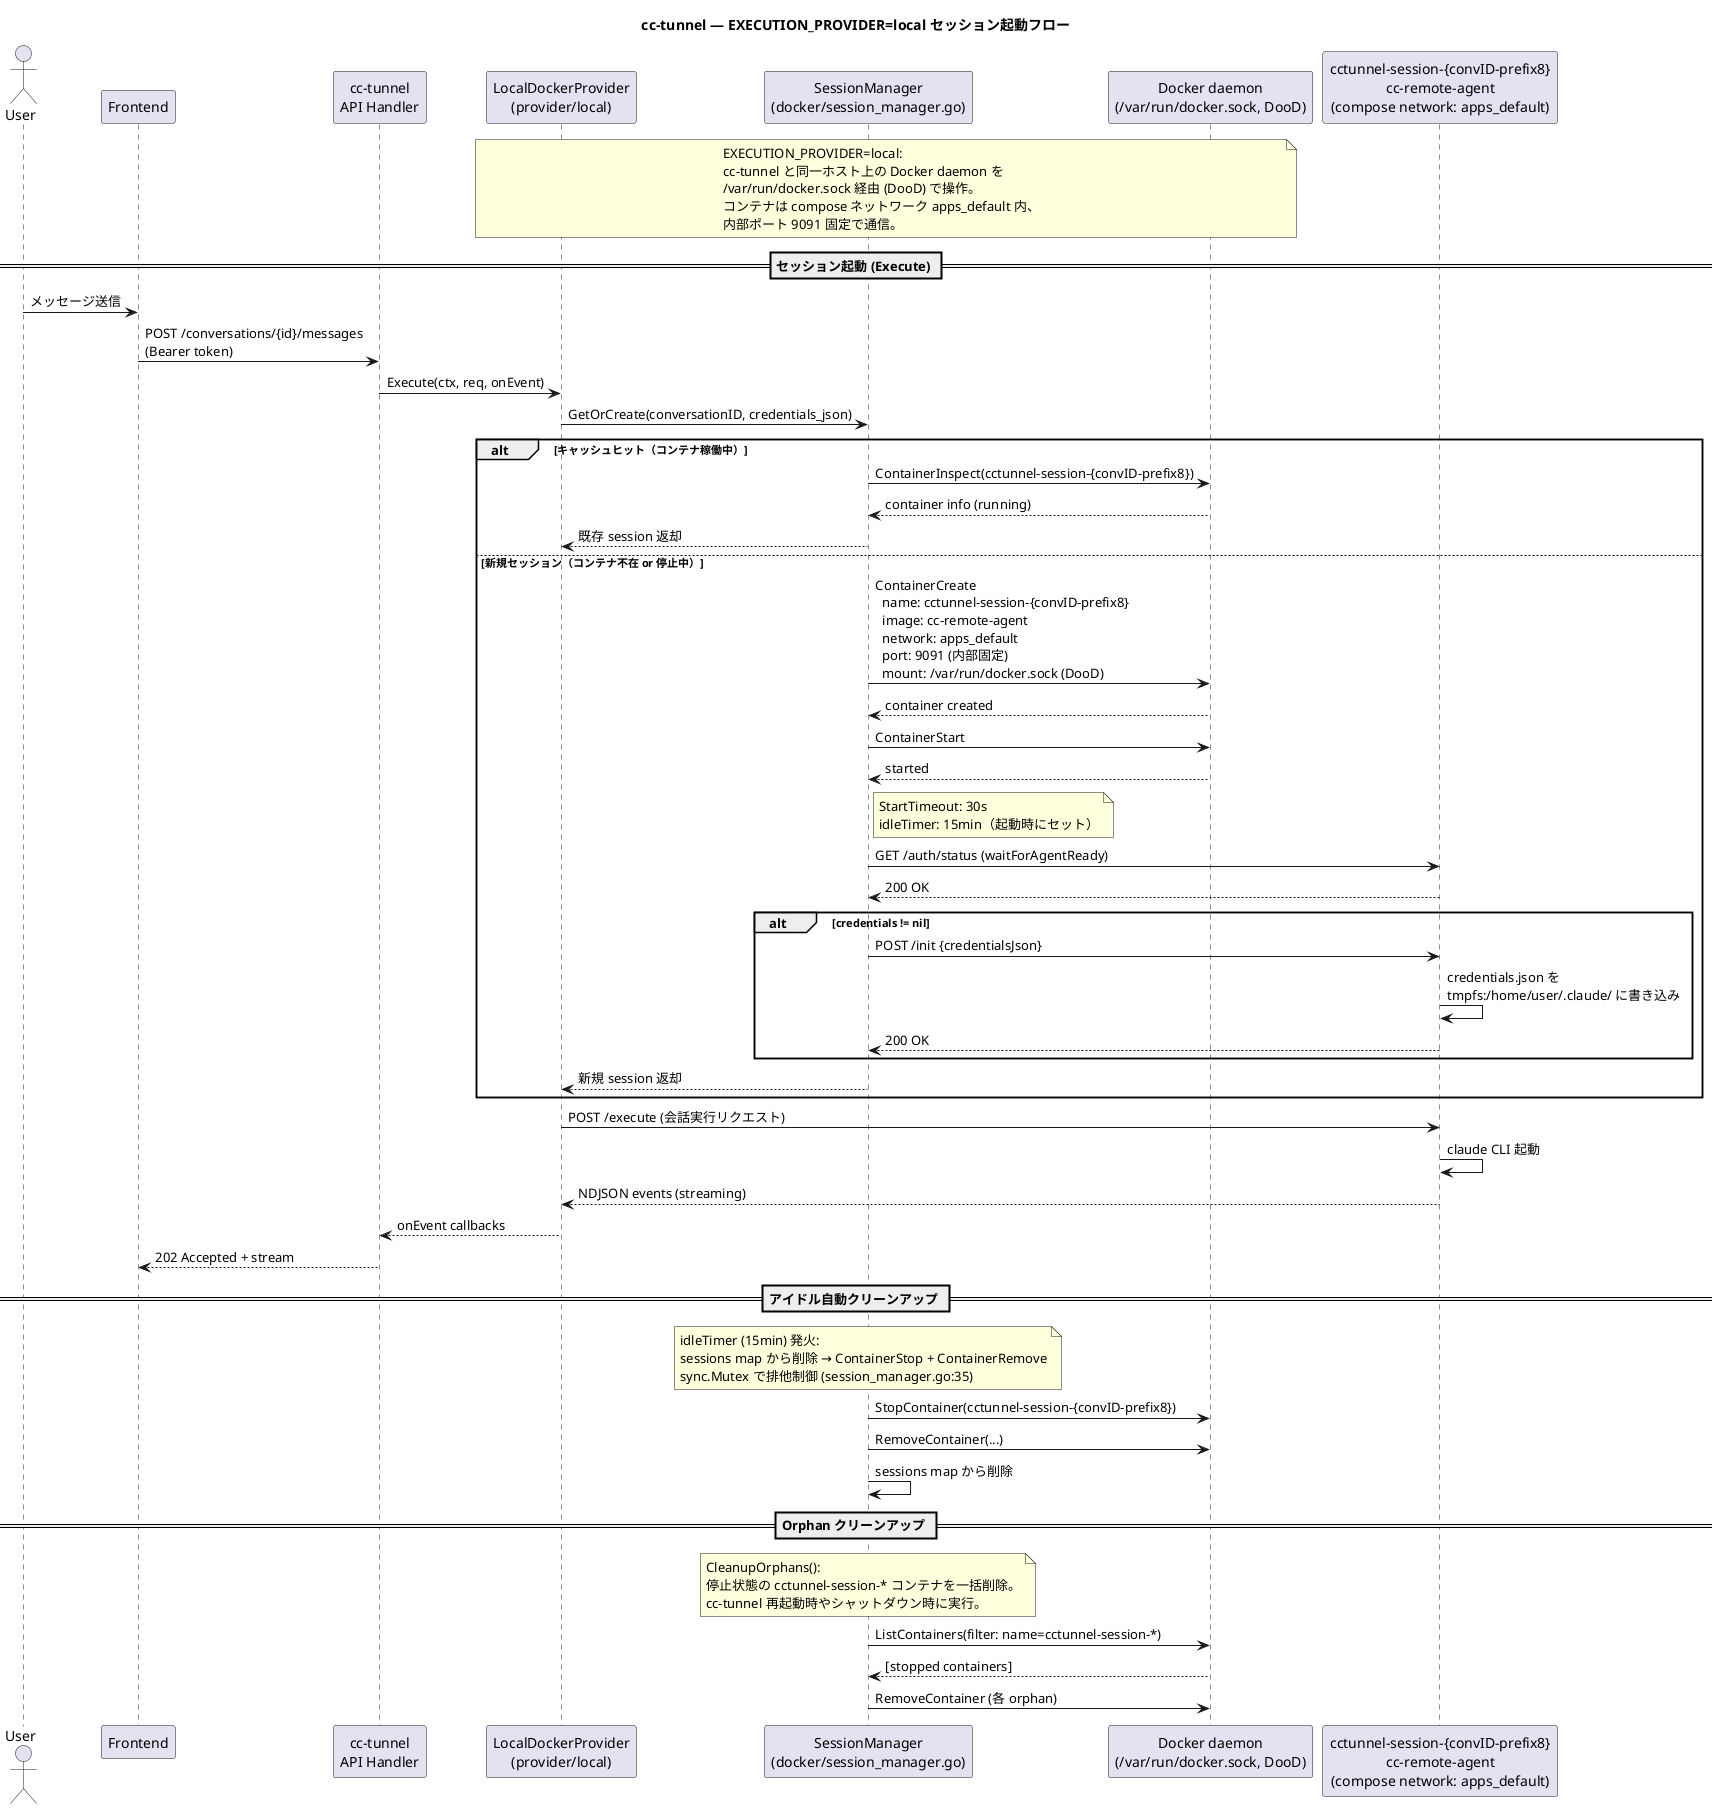
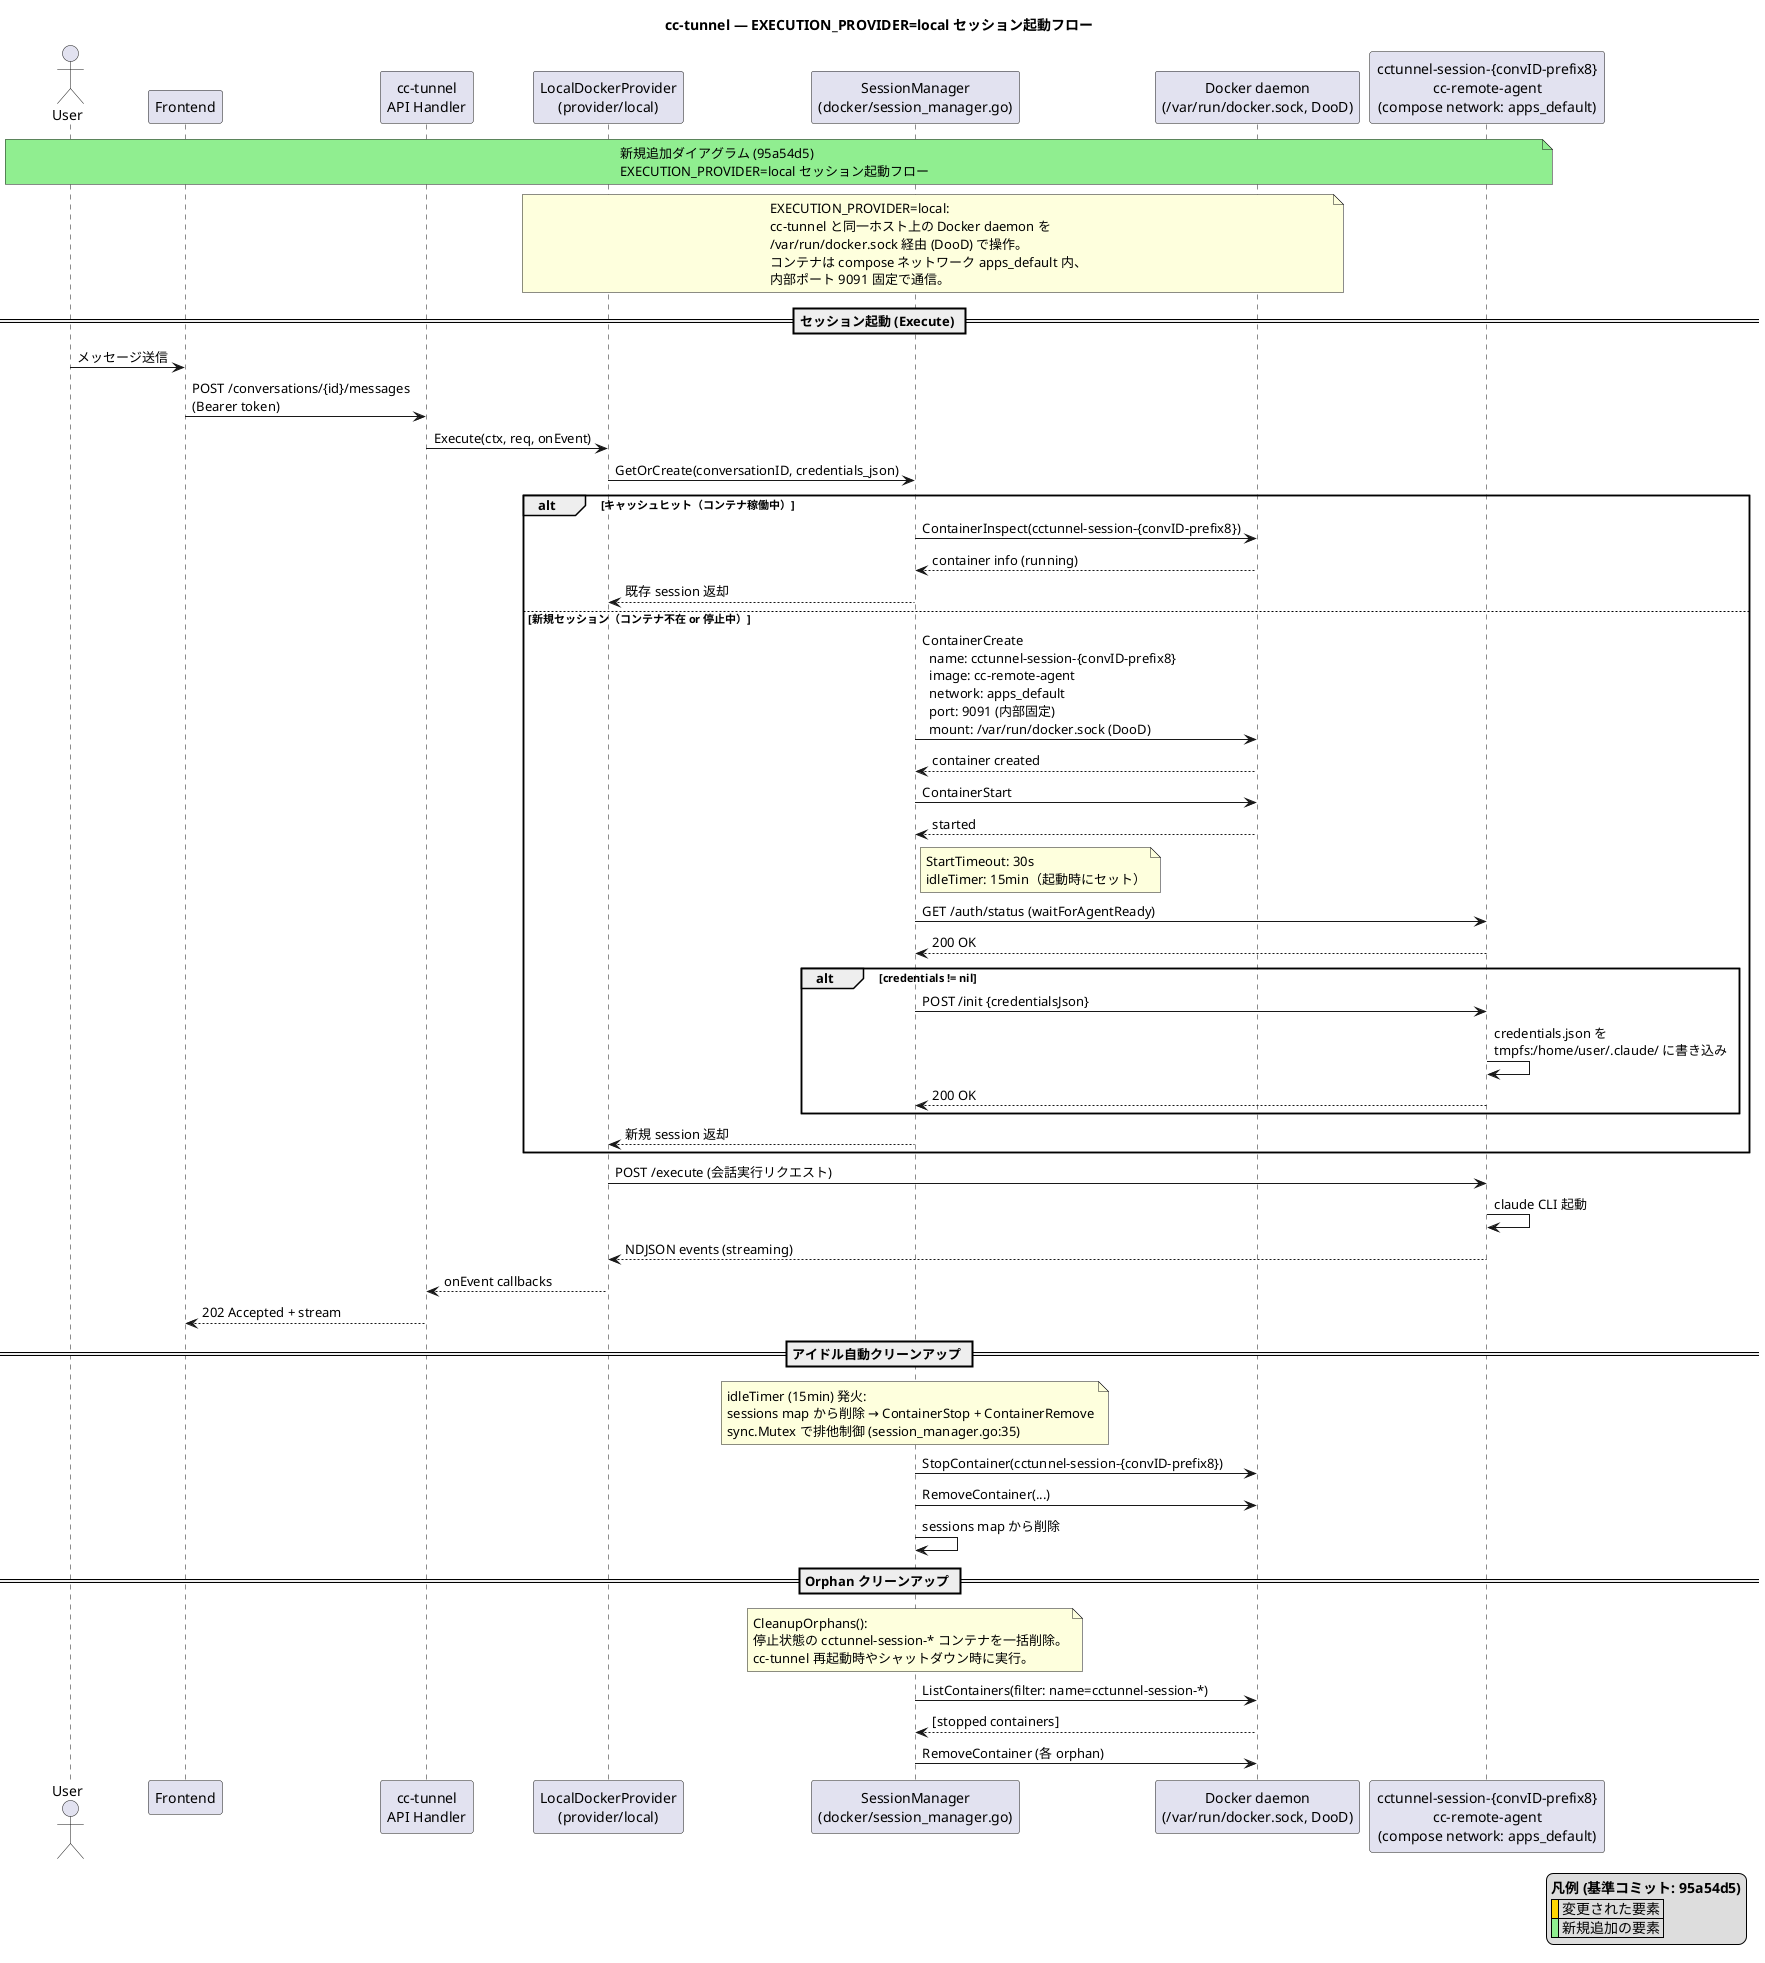
@startuml local_provider_session_start
title cc-tunnel — EXECUTION_PROVIDER=local セッション起動フロー

actor "User" as user
participant "Frontend" as fe
participant "cc-tunnel\nAPI Handler" as handler
participant "LocalDockerProvider\n(provider/local)" as ldp
participant "SessionManager\n(docker/session_manager.go)" as sm
participant "Docker daemon\n(/var/run/docker.sock, DooD)" as docker
participant "cctunnel-session-{convID-prefix8}\ncc-remote-agent\n(compose network: apps_default)" as container
+ 
+ note over user, container #90EE90
+   新規追加ダイアグラム (95a54d5)
+   EXECUTION_PROVIDER=local セッション起動フロー
+ end note

note over ldp, docker
  EXECUTION_PROVIDER=local:
  cc-tunnel と同一ホスト上の Docker daemon を
  /var/run/docker.sock 経由 (DooD) で操作。
  コンテナは compose ネットワーク apps_default 内、
  内部ポート 9091 固定で通信。
end note

== セッション起動 (Execute) ==

user -> fe : メッセージ送信
fe -> handler : POST /conversations/{id}/messages\n(Bearer token)
handler -> ldp : Execute(ctx, req, onEvent)
ldp -> sm : GetOrCreate(conversationID, credentials_json)

alt キャッシュヒット（コンテナ稼働中）
  sm -> docker : ContainerInspect(cctunnel-session-{convID-prefix8})
  docker --> sm : container info (running)
  sm --> ldp : 既存 session 返却
else 新規セッション（コンテナ不在 or 停止中）
  sm -> docker : ContainerCreate\n  name: cctunnel-session-{convID-prefix8}\n  image: cc-remote-agent\n  network: apps_default\n  port: 9091 (内部固定)\n  mount: /var/run/docker.sock (DooD)
  docker --> sm : container created

  sm -> docker : ContainerStart
  docker --> sm : started

  note right of sm
    StartTimeout: 30s
    idleTimer: 15min（起動時にセット）
  end note

  sm -> container : GET /auth/status (waitForAgentReady)
  container --> sm : 200 OK

  alt credentials != nil
    sm -> container : POST /init {credentialsJson}
    container -> container : credentials.json を\ntmpfs:/home/user/.claude/ に書き込み
    container --> sm : 200 OK
  end

  sm --> ldp : 新規 session 返却
end

ldp -> container : POST /execute (会話実行リクエスト)
container -> container : claude CLI 起動
container --> ldp : NDJSON events (streaming)
ldp --> handler : onEvent callbacks
handler --> fe : 202 Accepted + stream

== アイドル自動クリーンアップ ==

note over sm
  idleTimer (15min) 発火:
  sessions map から削除 → ContainerStop + ContainerRemove
  sync.Mutex で排他制御 (session_manager.go:35)
end note

sm -> docker : StopContainer(cctunnel-session-{convID-prefix8})
sm -> docker : RemoveContainer(...)
sm -> sm : sessions map から削除

== Orphan クリーンアップ ==

note over sm
  CleanupOrphans():
  停止状態の cctunnel-session-* コンテナを一括削除。
  cc-tunnel 再起動時やシャットダウン時に実行。
end note

sm -> docker : ListContainers(filter: name=cctunnel-session-*)
docker --> sm : [stopped containers]
sm -> docker : RemoveContainer (各 orphan)

+ legend right
+   **凡例 (基準コミット: 95a54d5)**
+   |<#FFD700>  | 変更された要素 |
+   |<#90EE90>  | 新規追加の要素 |
+ endlegend
+ 
@enduml
